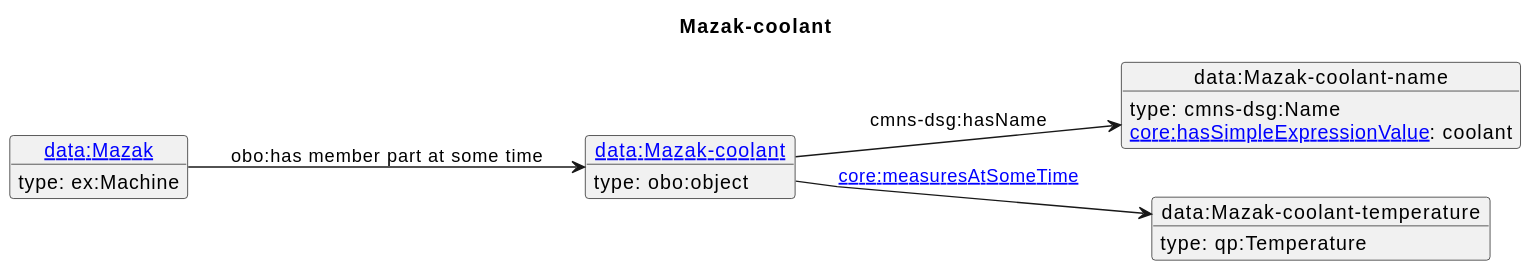
Above: diagrams/Mazak-coolant.svg in iofoundry/example-syseng-mtconnect (PlantUML), before the change. Its diagram source:
```plantuml
@startuml
skinparam linetype polyline
left to right direction
title Mazak-coolant
object "[[./Mazak-coolant.html data:Mazak-coolant]]" as o1 {
 type: obo:object
}
object "data:Mazak-coolant-name" as o2 {
 type: cmns-dsg:Name
}
object "data:Mazak-coolant-temperature" as o3 {
 type: qp:Temperature
}
object "[[./Mazak.html data:Mazak]]" as o4 {
 type: ex:Machine
}
o1 --> o2 : cmns-dsg:hasName
o2 : [[https://spec.industrialontologies.org/ontology/core/Core/hasSimpleExpressionValue core:hasSimpleExpressionValue]]: coolant
o1 --> o3 : [[https://spec.industrialontologies.org/ontology/core/Core/measuresAtSomeTime core:measuresAtSomeTime]]
o4 --> o1 : obo:has member part at some time
@enduml
```
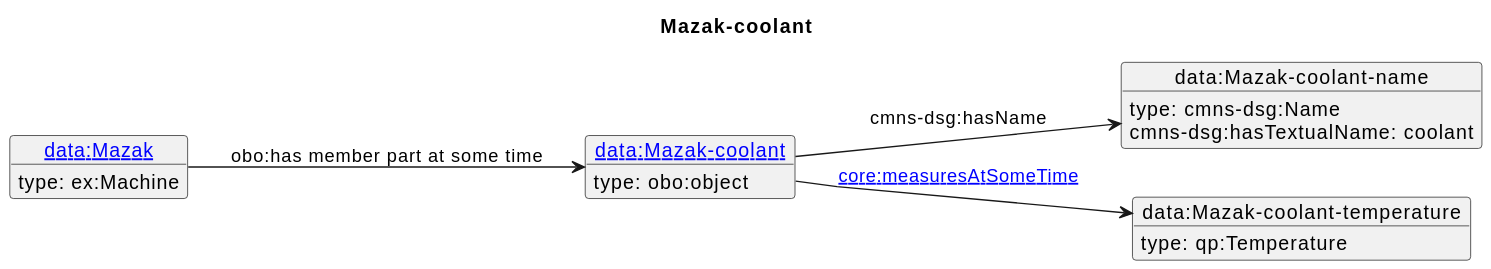
After the commit.

Diff of the diagram source:
```diff
@@ -15,7 +15,7 @@
  type: ex:Machine
 }
 o1 --> o2 : cmns-dsg:hasName
-o2 : [[https://spec.industrialontologies.org/ontology/core/Core/hasSimpleExpressionValue core:hasSimpleExpressionValue]]: coolant
+o2 : cmns-dsg:hasTextualName: coolant
 o1 --> o3 : [[https://spec.industrialontologies.org/ontology/core/Core/measuresAtSomeTime core:measuresAtSomeTime]]
 o4 --> o1 : obo:has member part at some time
 @enduml
```
